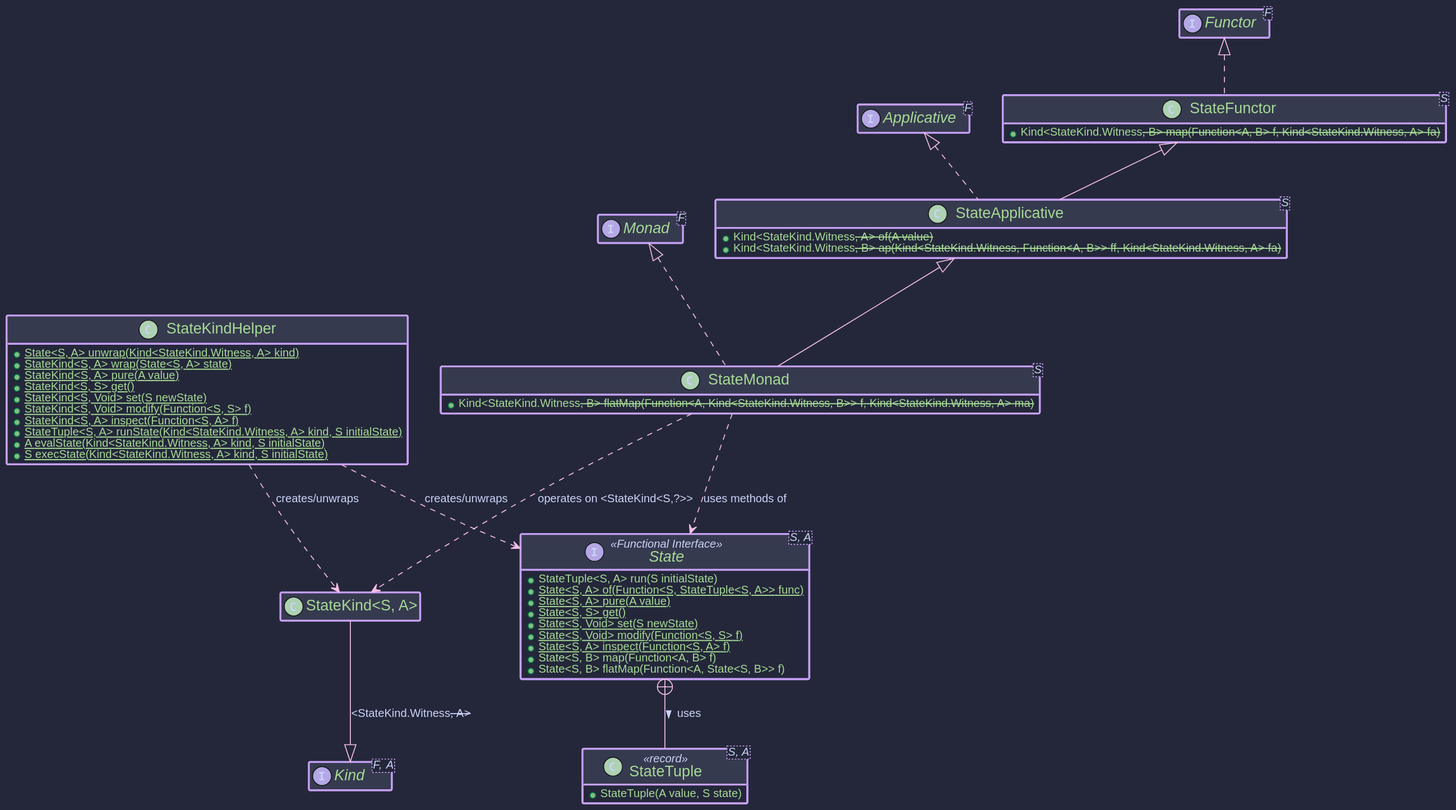
This is hkj-book/src/images/puml/state_monad.svg from higher-kinded-j/higher-kinded-j, a PlantUML export, as it was before one commit.
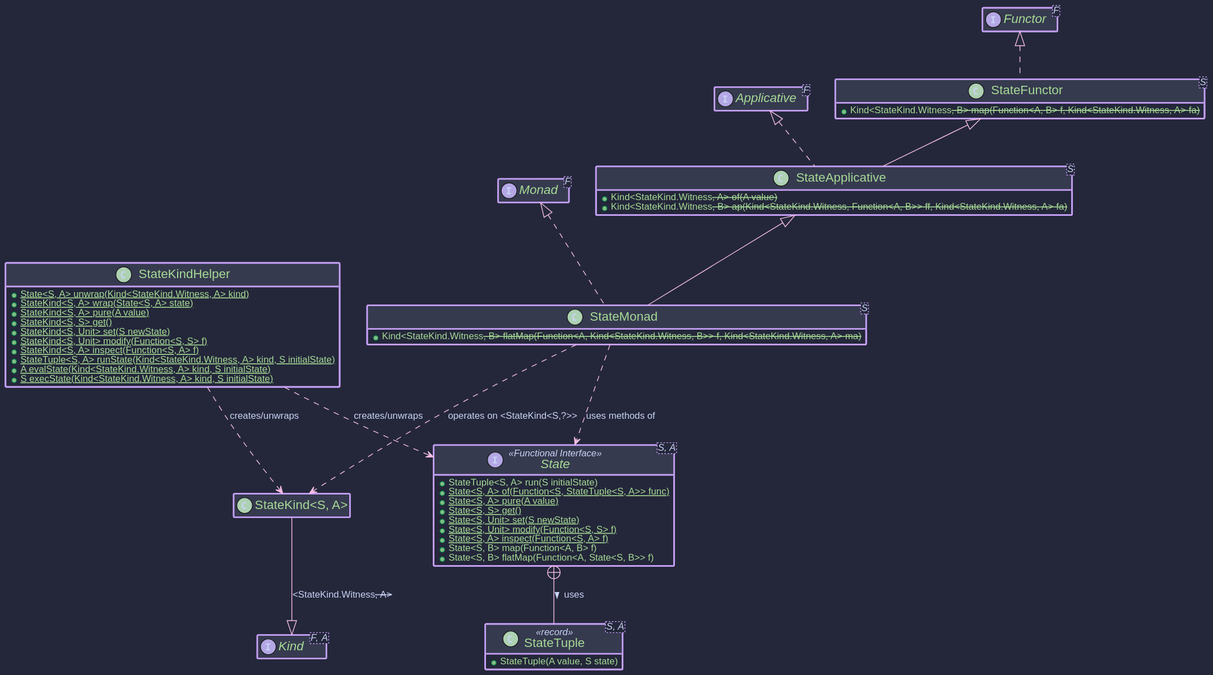
Above is the later version.

Diff of the diagram source:
```diff
@@ -16,8 +16,8 @@
    + {static} State<S, A> of(Function<S, StateTuple<S, A>> func)
    + {static} State<S, A> pure(A value)
    + {static} State<S, S> get()
-   + {static} State<S, Void> set(S newState)
-   + {static} State<S, Void> modify(Function<S, S> f)
+   + {static} State<S, Unit> set(S newState)
+   + {static} State<S, Unit> modify(Function<S, S> f)
    + {static} State<S, A> inspect(Function<S, A> f)
    + State<S, B> map(Function<A, B> f)
    + State<S, B> flatMap(Function<A, State<S, B>> f)
@@ -34,8 +34,8 @@
   + {static} StateKind<S, A> wrap(State<S, A> state)
   + {static} StateKind<S, A> pure(A value)
   + {static} StateKind<S, S> get()
-  + {static} StateKind<S, Void> set(S newState)
-  + {static} StateKind<S, Void> modify(Function<S, S> f)
+  + {static} StateKind<S, Unit> set(S newState)
+  + {static} StateKind<S, Unit> modify(Function<S, S> f)
   + {static} StateKind<S, A> inspect(Function<S, A> f)
   + {static} StateTuple<S, A> runState(Kind<StateKind.Witness<S>, A> kind, S initialState)
   + {static} A evalState(Kind<StateKind.Witness<S>, A> kind, S initialState)
```
